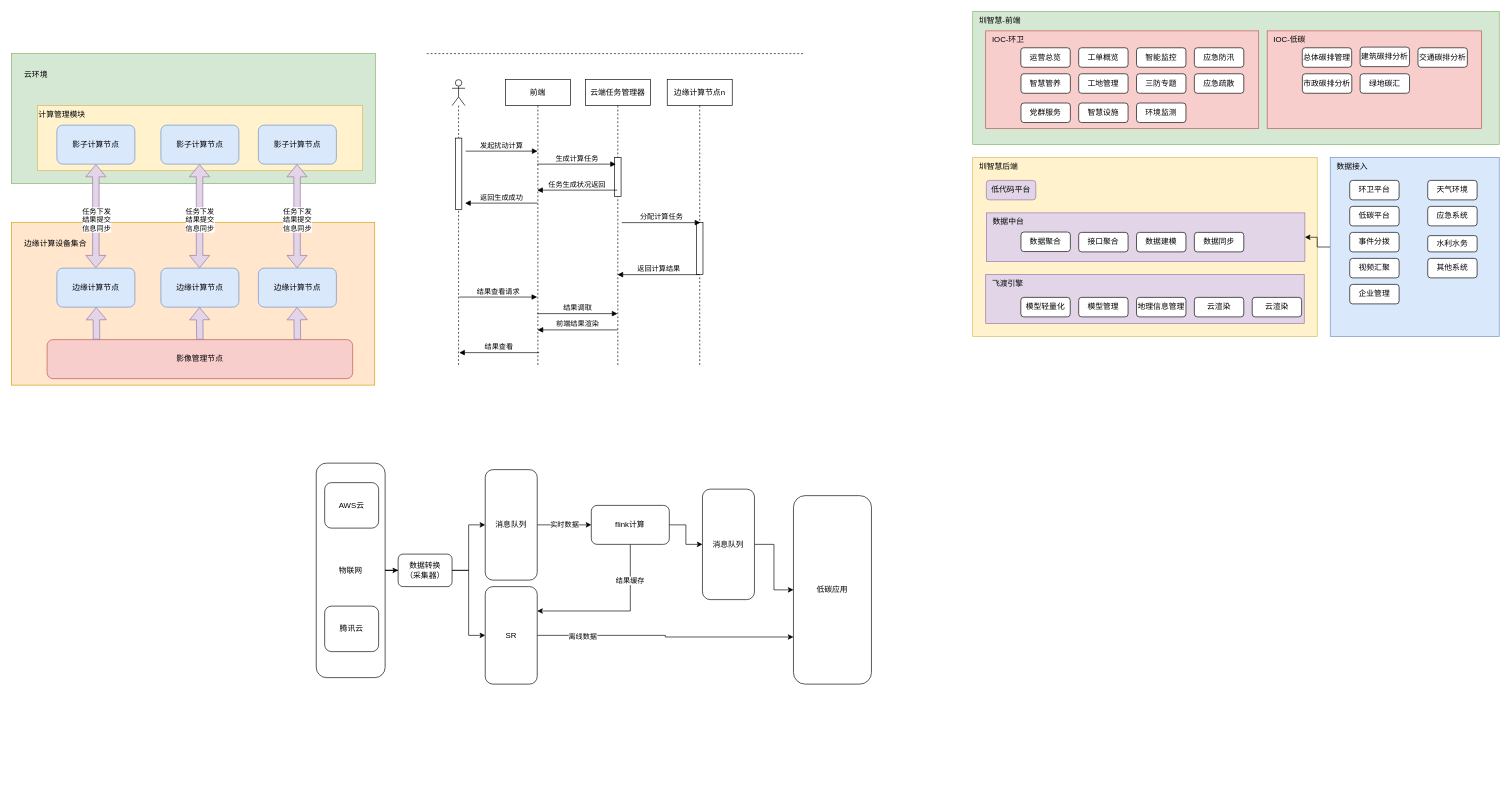
Earlier version of the draw.io diagram 计算流程.drawio (dforel/dforel). Source tidied: cells renumbered, new cells numbered last; positions are measured from the earlier drawing's top-left corner, leaving out a move shared by most shapes. Both pictures are drawn from the tidied source at 65%, with x=0, y=0 at pixel (11, 11).
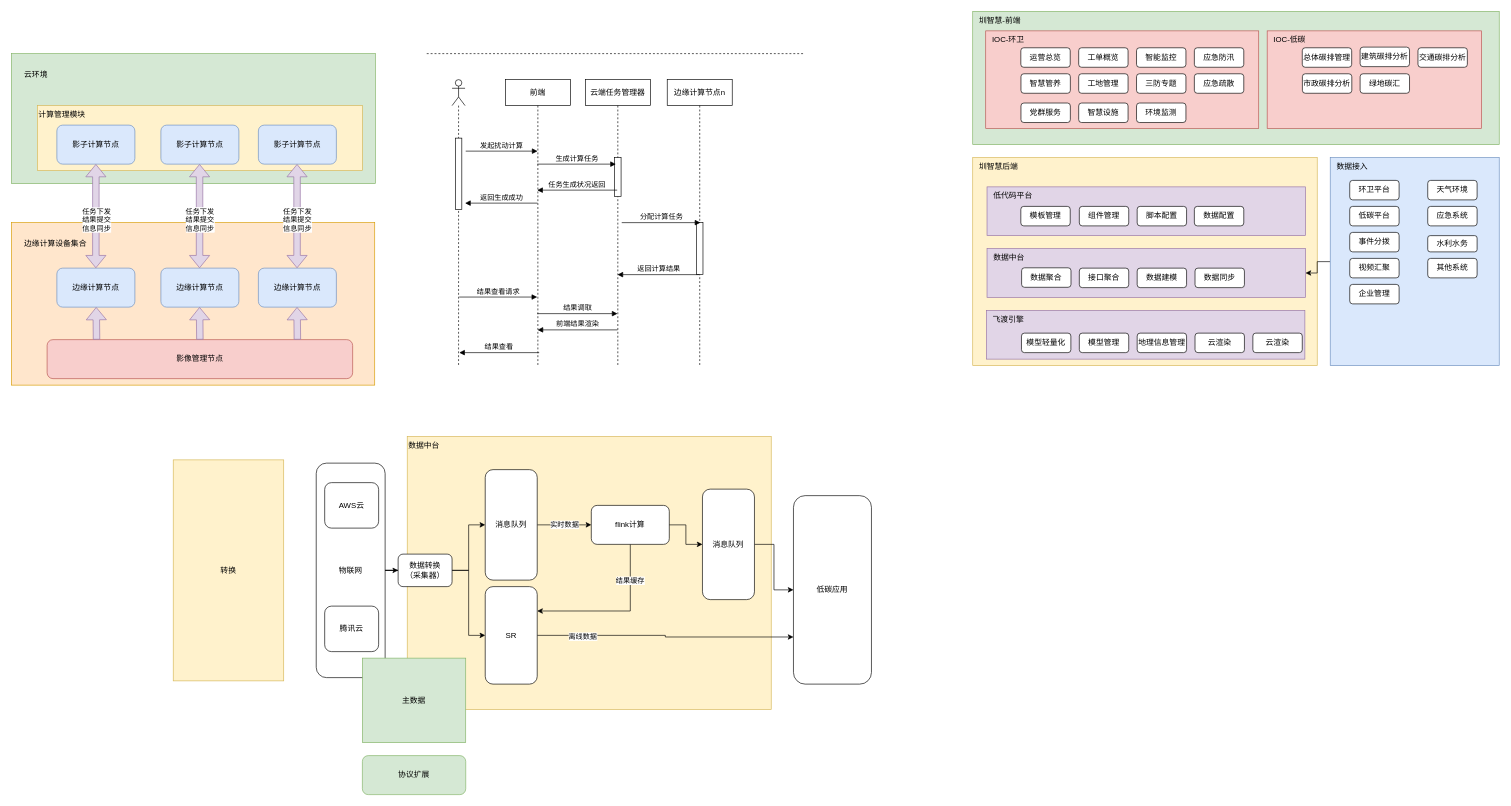
Above is the later version.

Commit message:
更新计算流程.drawio

Change to the diagram source:
```diff
@@
+    <mxCell id="102" value="数据中台" style="rounded=0;whiteSpace=wrap;html=1;verticalAlign=top;align=left;fillColor=#fff2cc;strokeColor=#d6b656;" parent="1" vertex="1">
+      <mxGeometry x="609" y="654" width="560" height="420" as="geometry" />
+    </mxCell>
@@
     <mxCell id="60" value="圳智慧后端" style="rounded=0;whiteSpace=wrap;html=1;verticalAlign=top;align=left;spacingLeft=8;fillColor=#fff2cc;strokeColor=#d6b656;" parent="1" vertex="1">
-      <mxGeometry x="1479" y="225" width="530" height="275" as="geometry" />
+      <mxGeometry x="1479" y="225" width="530" height="320" as="geometry" />
     </mxCell>
-    <mxCell id="61" value="低代码平台" style="rounded=1;whiteSpace=wrap;html=1;fillColor=#e1d5e7;strokeColor=#9673a6;" parent="1" vertex="1">
-      <mxGeometry x="1500" y="260" width="76" height="30" as="geometry" />
-    </mxCell>
@@
     <mxCell id="80" value="数据中台" style="rounded=0;whiteSpace=wrap;html=1;verticalAlign=top;align=left;spacingLeft=8;fillColor=#e1d5e7;strokeColor=#9673a6;" parent="1" vertex="1">
-      <mxGeometry x="1500" y="310" width="490" height="75" as="geometry" />
+      <mxGeometry x="1501" y="365" width="490" height="75" as="geometry" />
     </mxCell>
     <mxCell id="81" value="数据聚合" style="rounded=1;whiteSpace=wrap;html=1;" parent="1" vertex="1">
-      <mxGeometry x="1553.2" y="339.5" width="76" height="30" as="geometry" />
+      <mxGeometry x="1554.2" y="394.5" width="76" height="30" as="geometry" />
     </mxCell>
     <mxCell id="82" value="接口聚合" style="rounded=1;whiteSpace=wrap;html=1;" parent="1" vertex="1">
-      <mxGeometry x="1642" y="340" width="76" height="30" as="geometry" />
+      <mxGeometry x="1643" y="395" width="76" height="30" as="geometry" />
     </mxCell>
     <mxCell id="83" value="数据建模" style="rounded=1;whiteSpace=wrap;html=1;" parent="1" vertex="1">
-      <mxGeometry x="1731" y="340" width="76" height="30" as="geometry" />
+      <mxGeometry x="1732" y="395" width="76" height="30" as="geometry" />
     </mxCell>
     <mxCell id="84" value="数据同步" style="rounded=1;whiteSpace=wrap;html=1;" parent="1" vertex="1">
-      <mxGeometry x="1820" y="340" width="76" height="30" as="geometry" />
+      <mxGeometry x="1821" y="395" width="76" height="30" as="geometry" />
     </mxCell>
     <mxCell id="85" value="飞渡引擎" style="rounded=0;whiteSpace=wrap;html=1;verticalAlign=top;align=left;spacingLeft=8;fillColor=#e1d5e7;strokeColor=#9673a6;" parent="1" vertex="1">
-      <mxGeometry x="1499" y="405" width="490" height="75" as="geometry" />
+      <mxGeometry x="1500" y="460" width="490" height="75" as="geometry" />
     </mxCell>
     <mxCell id="86" value="模型轻量化" style="rounded=1;whiteSpace=wrap;html=1;" parent="1" vertex="1">
-      <mxGeometry x="1553" y="440" width="76" height="30" as="geometry" />
+      <mxGeometry x="1554" y="495" width="76" height="30" as="geometry" />
     </mxCell>
     <mxCell id="87" value="模型管理" style="rounded=1;whiteSpace=wrap;html=1;" parent="1" vertex="1">
-      <mxGeometry x="1642" y="440" width="76" height="30" as="geometry" />
+      <mxGeometry x="1643" y="495" width="76" height="30" as="geometry" />
     </mxCell>
     <mxCell id="88" value="地理信息管理" style="rounded=1;whiteSpace=wrap;html=1;" parent="1" vertex="1">
-      <mxGeometry x="1731" y="440" width="76" height="30" as="geometry" />
+      <mxGeometry x="1732" y="495" width="76" height="30" as="geometry" />
     </mxCell>
     <mxCell id="89" value="云渲染" style="rounded=1;whiteSpace=wrap;html=1;" parent="1" vertex="1">
-      <mxGeometry x="1820" y="440" width="76" height="30" as="geometry" />
+      <mxGeometry x="1821" y="495" width="76" height="30" as="geometry" />
     </mxCell>
     <mxCell id="90" value="云渲染" style="rounded=1;whiteSpace=wrap;html=1;" parent="1" vertex="1">
-      <mxGeometry x="1909" y="440" width="76" height="30" as="geometry" />
+      <mxGeometry x="1910" y="495" width="76" height="30" as="geometry" />
     </mxCell>
@@
     <mxCell id="92" value="数据接入" style="rounded=0;whiteSpace=wrap;html=1;verticalAlign=top;align=left;spacingLeft=8;fillColor=#dae8fc;strokeColor=#6c8ebf;" parent="1" vertex="1">
-      <mxGeometry x="2029" y="225" width="260" height="275" as="geometry" />
+      <mxGeometry x="2029" y="225" width="260" height="320" as="geometry" />
     </mxCell>
@@
+    <mxCell id="103" value="转换" style="rounded=0;whiteSpace=wrap;html=1;fillColor=#fff2cc;strokeColor=#d6b656;" parent="1" vertex="1">
+      <mxGeometry x="249" y="690" width="170" height="340" as="geometry" />
+    </mxCell>
+    <mxCell id="104" value="主数据" style="rounded=0;whiteSpace=wrap;html=1;fillColor=#d5e8d4;strokeColor=#82b366;" parent="1" vertex="1">
+      <mxGeometry x="540" y="995" width="159" height="130" as="geometry" />
+    </mxCell>
+    <mxCell id="105" value="协议扩展" style="rounded=1;whiteSpace=wrap;html=1;fillColor=#d5e8d4;strokeColor=#82b366;" parent="1" vertex="1">
+      <mxGeometry x="540" y="1145" width="159" height="60" as="geometry" />
+    </mxCell>
+    <mxCell id="61" value="低代码平台" style="rounded=0;whiteSpace=wrap;html=1;verticalAlign=top;align=left;spacingLeft=8;fillColor=#e1d5e7;strokeColor=#9673a6;" parent="1" vertex="1">
+      <mxGeometry x="1501" y="270" width="490" height="75" as="geometry" />
+    </mxCell>
+    <mxCell id="106" value="模板管理" style="rounded=1;whiteSpace=wrap;html=1;" parent="1" vertex="1">
+      <mxGeometry x="1553" y="300" width="76" height="30" as="geometry" />
+    </mxCell>
+    <mxCell id="107" value="组件管理" style="rounded=1;whiteSpace=wrap;html=1;" parent="1" vertex="1">
+      <mxGeometry x="1643" y="300" width="76" height="30" as="geometry" />
+    </mxCell>
+    <mxCell id="108" value="脚本配置" style="rounded=1;whiteSpace=wrap;html=1;" parent="1" vertex="1">
+      <mxGeometry x="1732" y="300" width="76" height="30" as="geometry" />
+    </mxCell>
+    <mxCell id="109" value="数据配置" style="rounded=1;whiteSpace=wrap;html=1;" parent="1" vertex="1">
+      <mxGeometry x="1820" y="300" width="76" height="30" as="geometry" />
+    </mxCell>
```
